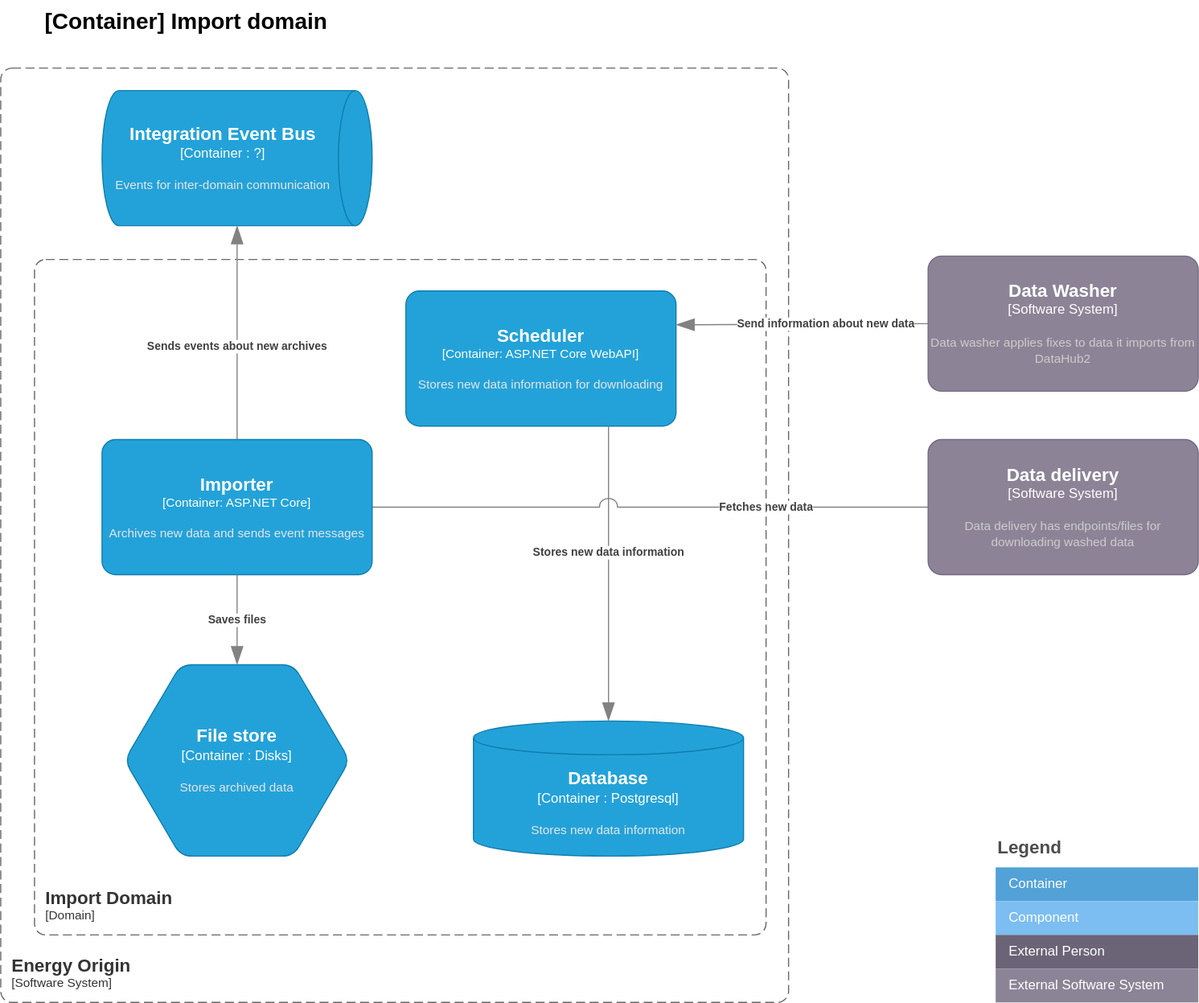
The draw.io diagram doc/architecture/diagrams/import.container.drawio.svg in Energinet-DataHub/energy-origin, before a commit. Source tidied: cells renumbered, new cells last; positions are measured from the earlier drawing's top-left corner, leaving out a move shared by most shapes.
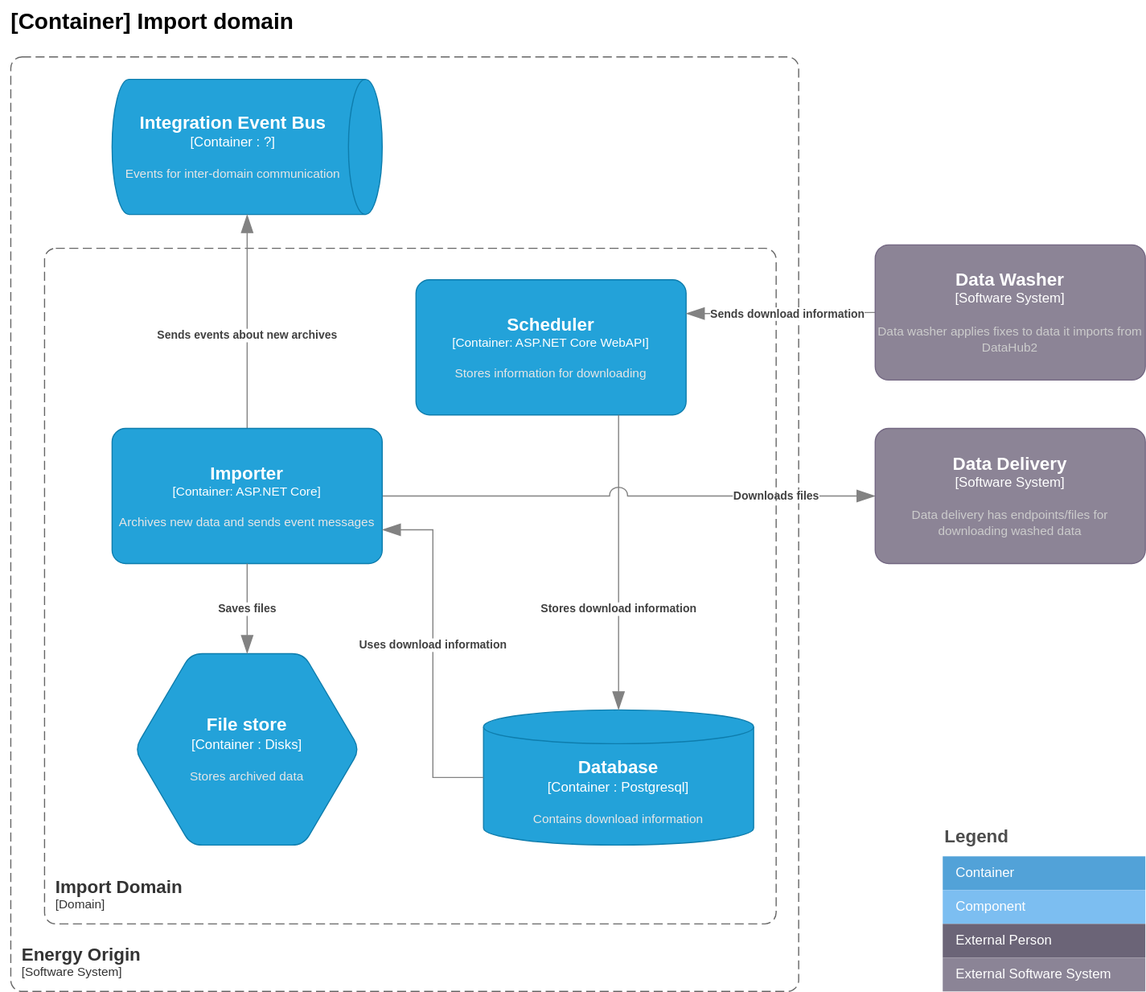
After the change.

What changed in the source:
```diff
@@ -7,24 +7,24 @@
         <mxGeometry y="60" width="700" height="830" as="geometry" />
       </mxCell>
     </object>
-    <object id="3" label="&lt;font style=&quot;font-size: 16px&quot;&gt;&lt;b&gt;%c4Name%&lt;/b&gt;&lt;/font&gt;&lt;div&gt;[%c4Type%: %c4Technology%]&lt;/div&gt;&lt;br&gt;&lt;div&gt;&lt;font style=&quot;font-size: 11px&quot;&gt;&lt;font color=&quot;#E6E6E6&quot;&gt;%c4Description%&lt;/font&gt;&lt;/div&gt;" c4Description="Stores new data information for downloading" c4Name="Scheduler" c4Technology="ASP.NET Core WebAPI" c4Type="Container" placeholders="1">
+    <object id="3" label="&lt;font style=&quot;font-size: 16px&quot;&gt;&lt;b&gt;%c4Name%&lt;/b&gt;&lt;/font&gt;&lt;div&gt;[%c4Type%: %c4Technology%]&lt;/div&gt;&lt;br&gt;&lt;div&gt;&lt;font style=&quot;font-size: 11px&quot;&gt;&lt;font color=&quot;#E6E6E6&quot;&gt;%c4Description%&lt;/font&gt;&lt;/div&gt;" c4Description="Stores information for downloading" c4Name="Scheduler" c4Technology="ASP.NET Core WebAPI" c4Type="Container" placeholders="1">
       <mxCell style="rounded=1;whiteSpace=wrap;html=1;fontSize=11;labelBackgroundColor=none;fillColor=#23A2D9;fontColor=#ffffff;align=center;arcSize=10;strokeColor=#0E7DAD;points=[[0.25,0,0],[0.5,0,0],[0.75,0,0],[1,0.25,0],[1,0.5,0],[1,0.75,0],[0.75,1,0],[0.5,1,0],[0.25,1,0],[0,0.75,0],[0,0.5,0],[0,0.25,0]];" parent="1" vertex="1">
         <mxGeometry x="360" y="258" width="240" height="120" as="geometry" />
       </mxCell>
     </object>
-    <object id="4" label="&lt;font style=&quot;font-size: 16px&quot;&gt;&lt;b&gt;%c4Type%&lt;/font&gt;&lt;div&gt;[%c4Container%:&amp;nbsp;%c4Technology%]&lt;/div&gt;&lt;br&gt;&lt;div&gt;&lt;font style=&quot;font-size: 11px&quot;&gt;&lt;font color=&quot;#E6E6E6&quot;&gt;%c4Description%&lt;/font&gt;&lt;/div&gt;" c4Container="Container " c4Description="Stores new data information" c4Technology="Postgresql" c4Type="Database" placeholders="1">
+    <object id="4" label="&lt;font style=&quot;font-size: 16px&quot;&gt;&lt;b&gt;%c4Type%&lt;/font&gt;&lt;div&gt;[%c4Container%:&amp;nbsp;%c4Technology%]&lt;/div&gt;&lt;br&gt;&lt;div&gt;&lt;font style=&quot;font-size: 11px&quot;&gt;&lt;font color=&quot;#E6E6E6&quot;&gt;%c4Description%&lt;/font&gt;&lt;/div&gt;" c4Container="Container " c4Description="Contains download information" c4Technology="Postgresql" c4Type="Database" placeholders="1">
       <mxCell style="shape=cylinder3;size=15;whiteSpace=wrap;html=1;boundedLbl=1;rounded=0;labelBackgroundColor=none;fillColor=#23A2D9;fontSize=12;fontColor=#ffffff;align=center;strokeColor=#0E7DAD;points=[[0.5,0,0],[1,0.25,0],[1,0.5,0],[1,0.75,0],[0.5,1,0],[0,0.75,0],[0,0.5,0],[0,0.25,0]];" parent="1" vertex="1">
         <mxGeometry x="420" y="640" width="240" height="120" as="geometry" />
       </mxCell>
     </object>
-    <object id="5" label="&lt;div style=&quot;text-align: left&quot;&gt;&lt;div style=&quot;text-align: center&quot;&gt;&lt;b&gt;%c4Description%&lt;/b&gt;&lt;/div&gt;" c4Description="Stores new data information" c4Type="Relationship" placeholders="1">
+    <object id="5" label="&lt;div style=&quot;text-align: left&quot;&gt;&lt;div style=&quot;text-align: center&quot;&gt;&lt;b&gt;%c4Description%&lt;/b&gt;&lt;/div&gt;" c4Description="Stores download information" c4Type="Relationship" placeholders="1">
       <mxCell style="endArrow=blockThin;html=1;fontSize=10;fontColor=#404040;strokeWidth=1;endFill=1;strokeColor=#828282;elbow=vertical;endSize=14;startSize=14;jumpStyle=arc;jumpSize=16;rounded=0;edgeStyle=orthogonalEdgeStyle;exitX=0.75;exitY=1;exitDx=0;exitDy=0;exitPerimeter=0;entryX=0.5;entryY=0;entryDx=0;entryDy=0;entryPerimeter=0;" parent="1" edge="1" source="3" target="4">
-        <mxGeometry x="-0.14" relative="1" as="geometry" />
+        <mxGeometry x="0.31" relative="1" as="geometry" />
       </mxCell>
     </object>
     <object id="6" label="&lt;font style=&quot;font-size: 20px;&quot;&gt;&lt;b style=&quot;font-size: 20px;&quot;&gt;&lt;div style=&quot;font-size: 20px;&quot;&gt;%c4Name%&lt;/div&gt;&lt;/b&gt;&lt;/font&gt;&lt;div style=&quot;font-size: 20px;&quot;&gt;%c4Description%&lt;/div&gt;" c4Description="" c4Name="[Container] Import domain" c4Type="ContainerDiagramTitle" placeholders="1">
       <mxCell style="text;html=1;strokeColor=none;fillColor=none;align=center;verticalAlign=top;whiteSpace=wrap;rounded=0;fontSize=20;" parent="1" vertex="1">
-        <mxGeometry x="30" width="270" height="40" as="geometry" />
+        <mxGeometry x="-9" y="10" width="270" height="40" as="geometry" />
       </mxCell>
     </object>
     <object id="7" label="&lt;font style=&quot;font-size: 16px&quot;&gt;&lt;b&gt;%c4Type%&lt;/font&gt;&lt;div&gt;[%c4Container%:&amp;nbsp;%c4Technology%]&lt;/div&gt;&lt;br&gt;&lt;div&gt;&lt;font style=&quot;font-size: 11px&quot;&gt;&lt;font color=&quot;#E6E6E6&quot;&gt;%c4Description%&lt;/font&gt;&lt;/div&gt;" c4Container="Container " c4Description="Events for inter-domain communication" c4Technology="?" c4Type="Integration Event Bus" placeholders="1">
@@ -32,14 +32,9 @@
         <mxGeometry x="90" y="80" width="240" height="120" as="geometry" />
       </mxCell>
     </object>
-    <object id="8" label="&lt;div style=&quot;text-align: left&quot;&gt;&lt;div style=&quot;text-align: center&quot;&gt;&lt;b&gt;%c4Description%&lt;/b&gt;&lt;/div&gt;" c4Description="Fetches new data" c4Type="Relationship" placeholders="1">
-      <mxCell style="endArrow=blockThin;html=1;fontSize=10;fontColor=#404040;strokeWidth=1;endFill=1;strokeColor=#828282;elbow=vertical;endSize=14;startSize=14;jumpStyle=arc;jumpSize=16;rounded=0;edgeStyle=orthogonalEdgeStyle;entryX=0;entryY=0.5;entryDx=0;entryDy=0;entryPerimeter=0;exitX=1;exitY=0.5;exitDx=0;exitDy=0;exitPerimeter=0;" parent="1" edge="1" source="20" target="12">
-        <mxGeometry x="0.19" relative="1" as="geometry">
-          <Array as="points">
-            <mxPoint x="870" y="450" />
-            <mxPoint x="870" y="450" />
-          </Array>
-        </mxGeometry>
+    <object id="8" label="&lt;div style=&quot;text-align: left&quot;&gt;&lt;div style=&quot;text-align: center&quot;&gt;&lt;b&gt;%c4Description%&lt;/b&gt;&lt;/div&gt;" c4Description="Downloads files" c4Type="Relationship" placeholders="1">
+      <mxCell style="endArrow=blockThin;html=1;fontSize=10;fontColor=#404040;strokeWidth=1;endFill=1;strokeColor=#828282;elbow=vertical;endSize=14;startSize=14;jumpStyle=arc;jumpSize=16;rounded=0;edgeStyle=orthogonalEdgeStyle;exitX=1;exitY=0.5;exitDx=0;exitDy=0;exitPerimeter=0;entryX=0;entryY=0.5;entryDx=0;entryDy=0;entryPerimeter=0;" parent="1" edge="1" source="20" target="12">
+        <mxGeometry x="0.6" relative="1" as="geometry" />
       </mxCell>
     </object>
     <object id="9" label="&lt;font style=&quot;font-size: 16px&quot;&gt;&lt;b&gt;&lt;div style=&quot;text-align: left&quot;&gt;%c4Name%&lt;/div&gt;&lt;/b&gt;&lt;/font&gt;&lt;div style=&quot;text-align: left&quot;&gt;[%c4Application%]&lt;/div&gt;" c4Application="Domain" c4Name="Import Domain" c4Type="SystemScopeBoundary" placeholders="1">
@@ -47,9 +42,9 @@
         <mxGeometry x="30" y="230" width="650" height="600" as="geometry" />
       </mxCell>
     </object>
-    <object id="10" label="&lt;div style=&quot;text-align: left&quot;&gt;&lt;div style=&quot;text-align: center&quot;&gt;&lt;b&gt;%c4Description%&lt;/b&gt;&lt;/div&gt;" c4Description="Send information about new data" c4Type="Relationship" placeholders="1">
+    <object id="10" label="&lt;div style=&quot;text-align: left&quot;&gt;&lt;div style=&quot;text-align: center&quot;&gt;&lt;b&gt;%c4Description%&lt;/b&gt;&lt;/div&gt;" c4Description="Sends download information" c4Type="Relationship" placeholders="1">
       <mxCell style="endArrow=blockThin;html=1;fontSize=10;fontColor=#404040;strokeWidth=1;endFill=1;strokeColor=#828282;elbow=vertical;endSize=14;startSize=14;jumpStyle=arc;jumpSize=16;rounded=0;edgeStyle=orthogonalEdgeStyle;exitX=0;exitY=0.5;exitDx=0;exitDy=0;exitPerimeter=0;entryX=1;entryY=0.25;entryDx=0;entryDy=0;entryPerimeter=0;" parent="1" edge="1" source="19" target="3">
-        <mxGeometry x="-0.19" relative="1" as="geometry" />
+        <mxGeometry x="-0.08" y="1" relative="1" as="geometry" />
       </mxCell>
     </object>
     <object id="11" label="&lt;div style=&quot;text-align: left&quot;&gt;&lt;div style=&quot;text-align: center&quot;&gt;&lt;b&gt;%c4Description%&lt;/b&gt;&lt;/div&gt;" c4Description="Sends events about new archives" c4Type="Relationship" placeholders="1">
@@ -57,16 +52,16 @@
         <mxGeometry x="-0.12" relative="1" as="geometry" />
       </mxCell>
     </object>
-    <object id="12" label="&lt;font style=&quot;font-size: 16px&quot;&gt;&lt;b&gt;%c4Name%&lt;/b&gt;&lt;/font&gt;&lt;div&gt;[%c4Type%]&lt;/div&gt;&lt;br&gt;&lt;div&gt;&lt;font style=&quot;font-size: 11px&quot;&gt;&lt;font color=&quot;#cccccc&quot;&gt;%c4Description%&lt;/font&gt;&lt;/div&gt;" c4Description="Data delivery has endpoints/files for downloading washed data" c4Name="Data delivery" c4Type="Software System" placeholders="1">
+    <object id="12" label="&lt;font style=&quot;font-size: 16px&quot;&gt;&lt;b&gt;%c4Name%&lt;/b&gt;&lt;/font&gt;&lt;div&gt;[%c4Type%]&lt;/div&gt;&lt;br&gt;&lt;div&gt;&lt;font style=&quot;font-size: 11px&quot;&gt;&lt;font color=&quot;#cccccc&quot;&gt;%c4Description%&lt;/font&gt;&lt;/div&gt;" c4Description="Data delivery has endpoints/files for downloading washed data" c4Name="Data Delivery" c4Type="Software System" placeholders="1">
       <mxCell style="rounded=1;whiteSpace=wrap;html=1;labelBackgroundColor=none;fillColor=#8C8496;fontColor=#ffffff;align=center;arcSize=10;strokeColor=#736782;points=[[0.25,0,0],[0.5,0,0],[0.75,0,0],[1,0.25,0],[1,0.5,0],[1,0.75,0],[0.75,1,0],[0.5,1,0],[0.25,1,0],[0,0.75,0],[0,0.5,0],[0,0.25,0]];" parent="1" vertex="1">
-        <mxGeometry x="824" y="390" width="240" height="120" as="geometry" />
+        <mxGeometry x="768" y="390" width="240" height="120" as="geometry" />
       </mxCell>
     </object>
     <mxCell id="13" value="Legend" style="align=left;fontSize=16;fontStyle=1;strokeColor=none;fillColor=none;fontColor=#4D4D4D;spacingTop=-8;" parent="1" vertex="1">
-      <mxGeometry x="884" y="740" width="180" height="30" as="geometry" />
+      <mxGeometry x="828" y="740" width="180" height="30" as="geometry" />
     </mxCell>
     <mxCell id="14" style="shape=table;html=1;whiteSpace=wrap;startSize=0;fillColor=none;align=left;spacingLeft=10;strokeColor=none;rounded=1;arcSize=11;fontColor=#FFFFFF;" parent="1" vertex="1">
-      <mxGeometry x="884" y="770" width="180" height="120" as="geometry" />
+      <mxGeometry x="828" y="770" width="180" height="120" as="geometry" />
     </mxCell>
     <mxCell id="15" value="Container" style="shape=partialRectangle;html=1;whiteSpace=wrap;fillColor=#52A2D8;top=0;left=0;bottom=0;right=0;overflow=hidden;align=left;spacingLeft=10;fontColor=#FFFFFF;" parent="14" vertex="1">
       <mxGeometry width="180" height="30" as="geometry" />
@@ -82,7 +77,7 @@
     </mxCell>
     <object id="19" label="&lt;font style=&quot;font-size: 16px&quot;&gt;&lt;b&gt;%c4Name%&lt;/b&gt;&lt;/font&gt;&lt;div&gt;[%c4Type%]&lt;/div&gt;&lt;br&gt;&lt;div&gt;&lt;font style=&quot;font-size: 11px&quot;&gt;&lt;font color=&quot;#cccccc&quot;&gt;%c4Description%&lt;/font&gt;&lt;/div&gt;" c4Description="Data washer applies fixes to data it imports from DataHub2" c4Name="Data Washer" c4Type="Software System" placeholders="1">
       <mxCell style="rounded=1;whiteSpace=wrap;html=1;labelBackgroundColor=none;fillColor=#8C8496;fontColor=#ffffff;align=center;arcSize=10;strokeColor=#736782;points=[[0.25,0,0],[0.5,0,0],[0.75,0,0],[1,0.25,0],[1,0.5,0],[1,0.75,0],[0.75,1,0],[0.5,1,0],[0.25,1,0],[0,0.75,0],[0,0.5,0],[0,0.25,0]];" parent="1" vertex="1">
-        <mxGeometry x="824" y="227" width="240" height="120" as="geometry" />
+        <mxGeometry x="768" y="227" width="240" height="120" as="geometry" />
       </mxCell>
     </object>
     <object id="20" label="&lt;font style=&quot;font-size: 16px&quot;&gt;&lt;b&gt;%c4Name%&lt;/b&gt;&lt;/font&gt;&lt;div&gt;[%c4Type%: %c4Technology%]&lt;/div&gt;&lt;br&gt;&lt;div&gt;&lt;font style=&quot;font-size: 11px&quot;&gt;&lt;font color=&quot;#E6E6E6&quot;&gt;%c4Description%&lt;/font&gt;&lt;/div&gt;" c4Description="Archives new data and sends event messages" c4Name="Importer" c4Technology="ASP.NET Core" c4Type="Container" placeholders="1">
@@ -100,5 +95,10 @@
         <mxGeometry relative="1" as="geometry" />
       </mxCell>
     </object>
+    <object id="23" label="&lt;div style=&quot;text-align: left&quot;&gt;&lt;div style=&quot;text-align: center&quot;&gt;&lt;b&gt;%c4Description%&lt;/b&gt;&lt;/div&gt;" c4Description="Uses download information" c4Type="Relationship" placeholders="1">
+      <mxCell style="endArrow=blockThin;html=1;fontSize=10;fontColor=#404040;strokeWidth=1;endFill=1;strokeColor=#828282;elbow=vertical;endSize=14;startSize=14;jumpStyle=arc;jumpSize=16;rounded=0;edgeStyle=orthogonalEdgeStyle;entryX=1;entryY=0.75;entryDx=0;entryDy=0;entryPerimeter=0;exitX=0;exitY=0.5;exitDx=0;exitDy=0;exitPerimeter=0;" parent="1" edge="1" source="4" target="20">
+        <mxGeometry x="0.05" relative="1" as="geometry" />
+      </mxCell>
+    </object>
   </root>
 </mxGraphModel>
```
